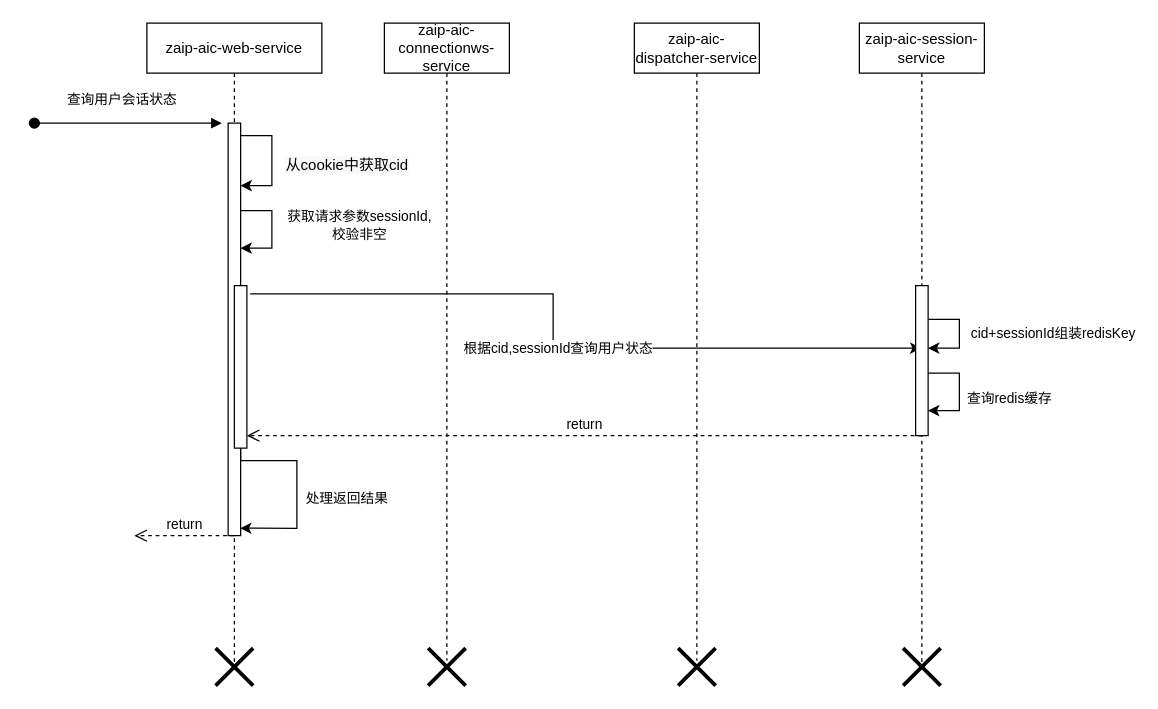
Earlier version of the draw.io diagram IP-3379 在线人工客服会话C端增加结束保持会话操作-时序图.drawio (hack0303/draw.io-store). Source tidied: cells renumbered, new cells numbered last; positions are measured from the earlier drawing's top-left corner, leaving out a move shared by most shapes. Both pictures are drawn from the tidied source at 125%, with x=0, y=0 at pixel (34, 22).
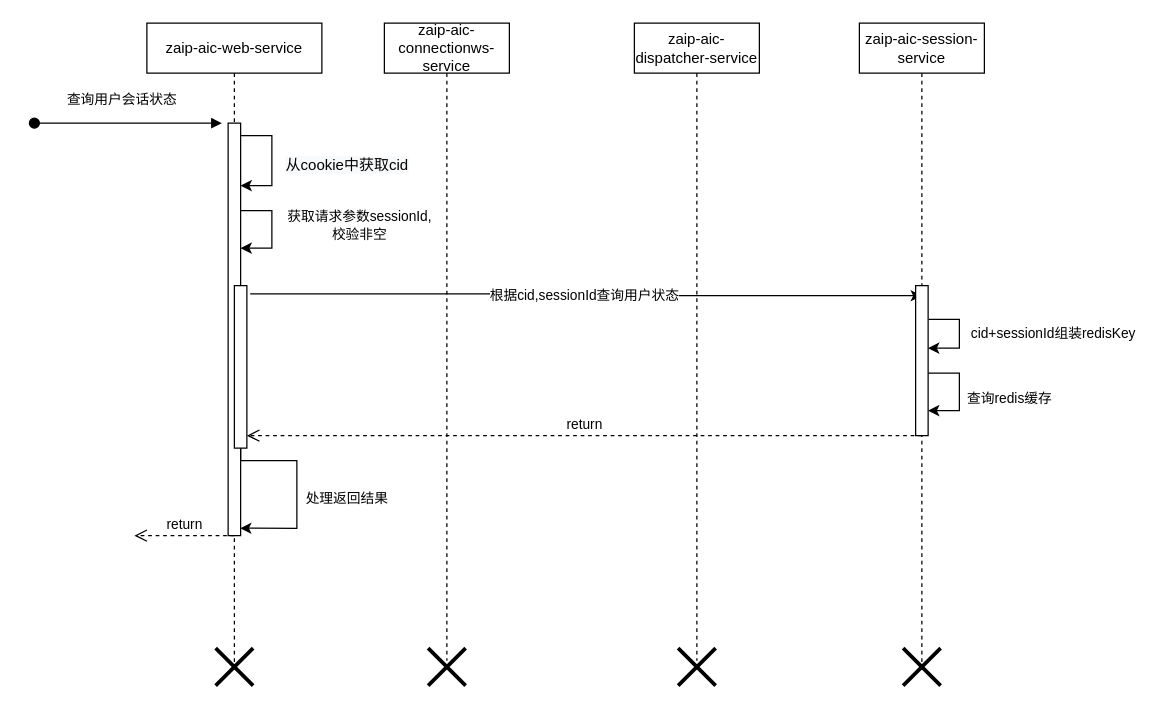
The same diagram, later.

Commit message:
更新IP-3379 在线人工客服会话C端增加结束保持会话操作-时序图.drawio

Unchanged cells that the change refers to:
```xml
<mxCell id="4" value="zaip-aic-session-service" style="shape=umlLifeline;perimeter=lifelinePerimeter;whiteSpace=wrap;html=1;outlineConnect=0;" parent="1" vertex="1">
  <mxGeometry x="660" width="100" height="520" as="geometry" />
</mxCell>
<mxCell id="5" style="html=1;points=[];perimeter=orthogonalPerimeter;" parent="4" vertex="1">
  <mxGeometry x="45" y="210" width="10" height="120" as="geometry" />
</mxCell>
<mxCell id="15" style="html=1;points=[];perimeter=orthogonalPerimeter;" parent="9" vertex="1">
  <mxGeometry x="70" y="210" width="10" height="130" as="geometry" />
</mxCell>
```

What changed in the source:
```diff
@@
-    <mxCell id="2" value="根据cid,sessionId查询用户状态" style="edgeStyle=orthogonalEdgeStyle;rounded=0;jettySize=auto;html=1;exitX=1.267;exitY=0.05;exitDx=0;exitDy=0;exitPerimeter=0;" parent="1" edge="1" source="15" target="4">
-      <mxGeometry relative="1" as="geometry" />
+    <mxCell id="2" value="根据cid,sessionId查询用户状态" style="edgeStyle=orthogonalEdgeStyle;rounded=0;jettySize=auto;html=1;exitX=1.267;exitY=0.05;exitDx=0;exitDy=0;exitPerimeter=0;entryX=0.5;entryY=0.067;entryDx=0;entryDy=0;entryPerimeter=0;" parent="1" edge="1" source="15" target="5">
+      <mxGeometry relative="1" as="geometry">
+        <Array as="points">
+          <mxPoint x="438" y="217" />
+          <mxPoint x="438" y="218" />
+        </Array>
+      </mxGeometry>
     </mxCell>
```
